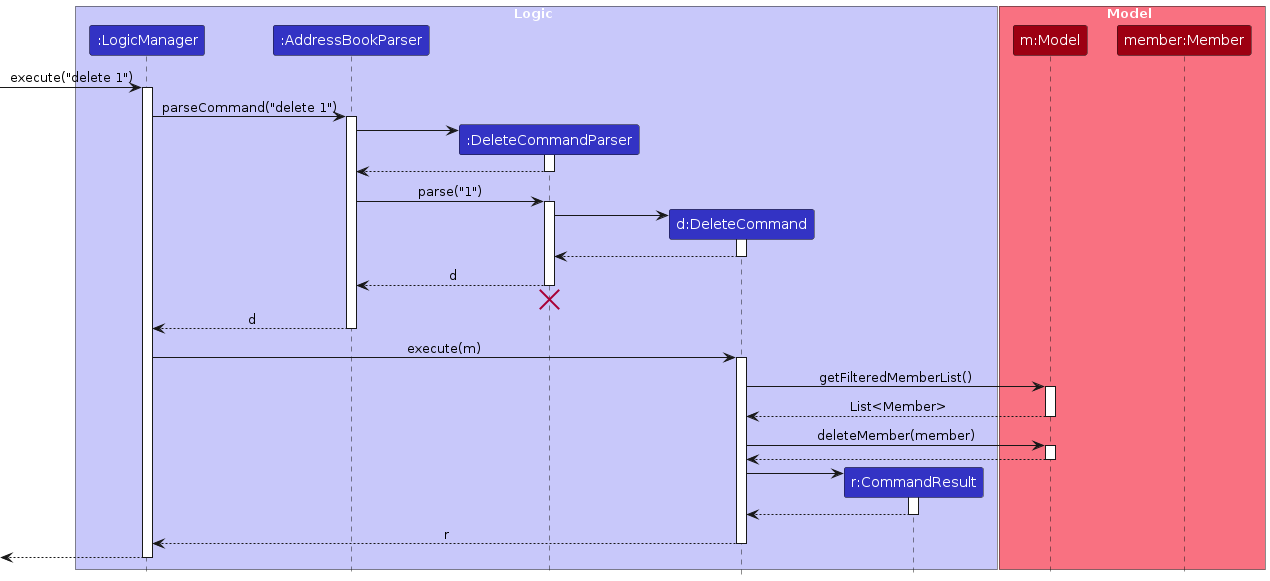
AY2425S1-CS2103T-W14-3/tp keeps this PlantUML diagram as diagrams/DeleteSequenceDiagram.png. Above is the earlier version. Its source is kept beside it as diagrams/DeleteSequenceDiagram.puml.
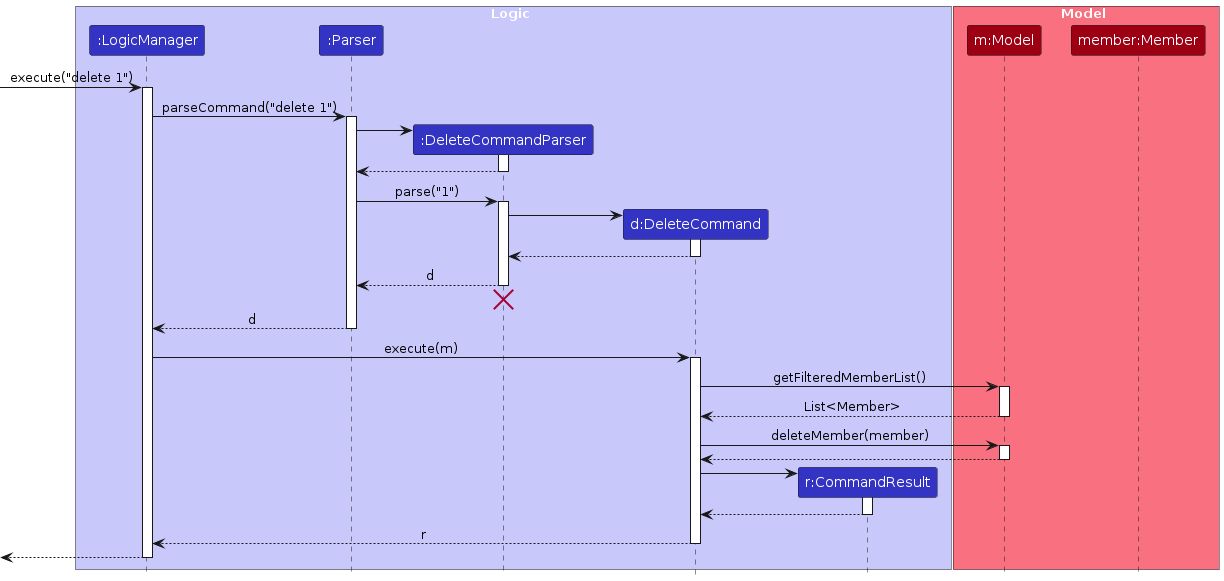
Above is the later version.

The edit, as a diff of the source:
```diff
@@ -4,7 +4,7 @@
 
 box Logic LOGIC_COLOR_T1
 participant ":LogicManager" as LogicManager LOGIC_COLOR
-participant ":AddressBookParser" as AddressBookParser LOGIC_COLOR
+participant ":Parser" as Parser LOGIC_COLOR
 participant ":DeleteCommandParser" as DeleteCommandParser LOGIC_COLOR
 participant "d:DeleteCommand" as DeleteCommand LOGIC_COLOR
 participant "r:CommandResult" as CommandResult LOGIC_COLOR
@@ -18,17 +18,17 @@
 [-> LogicManager : execute("delete 1")
 activate LogicManager
 
-LogicManager -> AddressBookParser : parseCommand("delete 1")
-activate AddressBookParser
+LogicManager -> Parser : parseCommand("delete 1")
+activate Parser
 
 create DeleteCommandParser
-AddressBookParser -> DeleteCommandParser
+Parser -> DeleteCommandParser
 activate DeleteCommandParser
 
-DeleteCommandParser --> AddressBookParser
+DeleteCommandParser --> Parser
 deactivate DeleteCommandParser
 
-AddressBookParser -> DeleteCommandParser : parse("1")
+Parser -> DeleteCommandParser : parse("1")
 activate DeleteCommandParser
 
 create DeleteCommand
@@ -38,13 +38,13 @@
 DeleteCommand --> DeleteCommandParser :
 deactivate DeleteCommand
 
-DeleteCommandParser --> AddressBookParser : d
+DeleteCommandParser --> Parser : d
 deactivate DeleteCommandParser
-DeleteCommandParser -[hidden]-> AddressBookParser
+DeleteCommandParser -[hidden]-> Parser
 destroy DeleteCommandParser
 
-AddressBookParser --> LogicManager : d
-deactivate AddressBookParser
+Parser --> LogicManager : d
+deactivate Parser
 
 LogicManager -> DeleteCommand : execute(m)
 activate DeleteCommand
```
